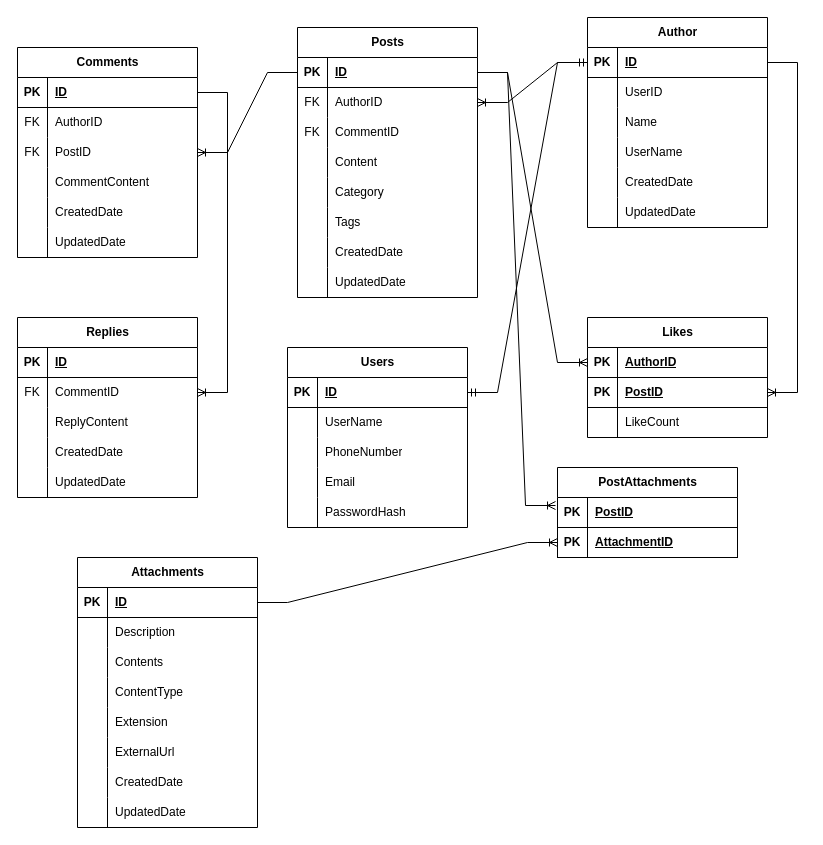
This is page "Page-1" (1 of 5) of Documentation/Database Design.drawio from RudzaniNdaa/BlogsBackend, a draw.io file, before an edit. Source tidied: cells renumbered, new cells numbered last; positions are measured from the earlier drawing's top-left corner, leaving out a move shared by most shapes. Both pictures are drawn from the tidied source at 100%, with x=0, y=0 at pixel (17, 17).
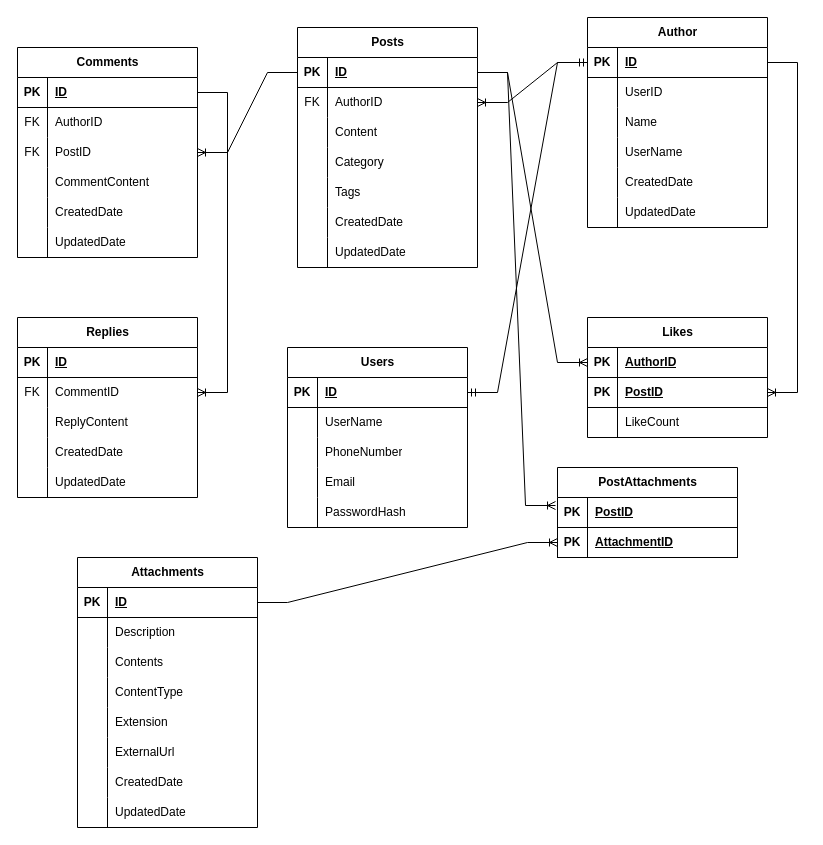
The same diagram, later.

The edit, as a diff of the source:
```diff
@@
     <mxCell id="2" value="Posts" style="shape=table;startSize=30;childLayout=tableLayout;rowLines=0;fontStyle=1;align=center;html=1;" parent="1" vertex="1">
-      <mxGeometry x="280" y="10" width="180" height="270" as="geometry" />
+      <mxGeometry x="280" y="10" width="180" height="240" as="geometry" />
     </mxCell>
@@
-    <mxCell id="9" style="shape=tableRow;horizontal=0;startSize=0;swimlaneHead=0;swimlaneBody=0;fillColor=none;top=0;left=0;right=0;bottom=0;" parent="2" vertex="1">
-      <mxGeometry y="90" width="180" height="30" as="geometry" />
-    </mxCell>
-    <mxCell id="10" value="FK" style="shape=partialRectangle;fillColor=none;top=0;left=0;bottom=0;right=0;overflow=hidden;whiteSpace=wrap;html=1;" parent="9" vertex="1">
-      <mxGeometry width="30" height="30" as="geometry" />
-    </mxCell>
-    <mxCell id="11" value="CommentID" style="shape=partialRectangle;fillColor=none;top=0;left=0;bottom=0;right=0;align=left;spacingLeft=6;overflow=hidden;whiteSpace=wrap;html=1;" parent="9" vertex="1">
-      <mxGeometry x="30" width="150" height="30" as="geometry" />
-    </mxCell>
     <mxCell id="12" style="shape=tableRow;horizontal=0;startSize=0;swimlaneHead=0;swimlaneBody=0;fillColor=none;top=0;left=0;right=0;bottom=0;" parent="2" vertex="1">
-      <mxGeometry y="120" width="180" height="30" as="geometry" />
+      <mxGeometry y="90" width="180" height="30" as="geometry" />
     </mxCell>
@@
     <mxCell id="15" style="shape=tableRow;horizontal=0;startSize=0;swimlaneHead=0;swimlaneBody=0;fillColor=none;top=0;left=0;right=0;bottom=0;" parent="2" vertex="1">
-      <mxGeometry y="150" width="180" height="30" as="geometry" />
+      <mxGeometry y="120" width="180" height="30" as="geometry" />
     </mxCell>
@@
     <mxCell id="18" style="shape=tableRow;horizontal=0;startSize=0;swimlaneHead=0;swimlaneBody=0;fillColor=none;top=0;left=0;right=0;bottom=0;" parent="2" vertex="1">
-      <mxGeometry y="180" width="180" height="30" as="geometry" />
+      <mxGeometry y="150" width="180" height="30" as="geometry" />
     </mxCell>
@@
     <mxCell id="21" style="shape=tableRow;horizontal=0;startSize=0;swimlaneHead=0;swimlaneBody=0;fillColor=none;top=0;left=0;right=0;bottom=0;" parent="2" vertex="1">
-      <mxGeometry y="210" width="180" height="30" as="geometry" />
+      <mxGeometry y="180" width="180" height="30" as="geometry" />
     </mxCell>
@@
     <mxCell id="24" style="shape=tableRow;horizontal=0;startSize=0;swimlaneHead=0;swimlaneBody=0;fillColor=none;top=0;left=0;right=0;bottom=0;" parent="2" vertex="1">
-      <mxGeometry y="240" width="180" height="30" as="geometry" />
+      <mxGeometry y="210" width="180" height="30" as="geometry" />
     </mxCell>
```
